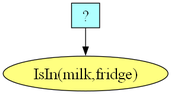
Above: test_exp/behavior_tree.png in DIDS-EI/BTPG (Graphviz), before the change. Its source is kept beside it as test_exp/behavior_tree.dot.
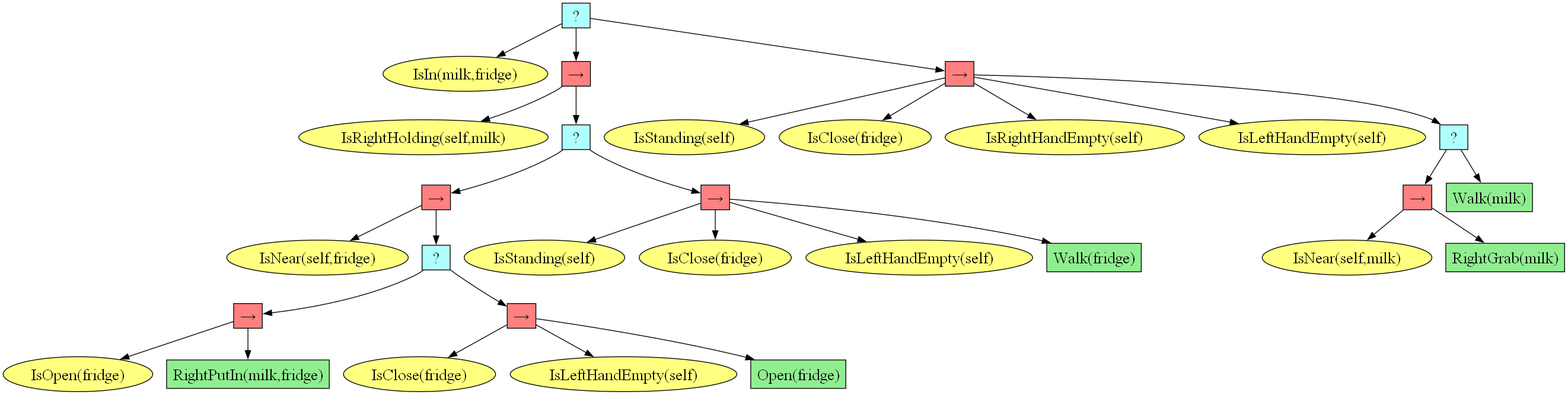
Above is the later version.

Change to the diagram source:
```diff
@@ -3,7 +3,63 @@
 graph [fontname="times-roman"];
 node [fontname="times-roman"];
 edge [fontname="times-roman"];
-"8ee43380-e039-4f63-89b6-c508308becea" [fillcolor="#B0FFFF", fontcolor=black, fontsize=20, height=0.01, label=" ? ", shape=box, style=filled, width=0.01];
-"f46b4779-ab77-4aab-80d0-36f83cb2ecdf" [fillcolor="#FFFF80", fontcolor=black, fontsize=20, label="IsIn(milk,fridge)", shape=ellipse, style=filled];
-"8ee43380-e039-4f63-89b6-c508308becea" -> "f46b4779-ab77-4aab-80d0-36f83cb2ecdf";
+"8490fb48-a8a7-49c8-841c-e4e1fbd1b8a9" [fillcolor="#B0FFFF", fontcolor=black, fontsize=20, height=0.01, label=" ? ", shape=box, style=filled, width=0.01];
+"4f735615-7ca0-4ecd-9521-7bc26e0003c1" [fillcolor="#FFFF80", fontcolor=black, fontsize=20, label="IsIn(milk,fridge)", shape=ellipse, style=filled];
+"8490fb48-a8a7-49c8-841c-e4e1fbd1b8a9" -> "4f735615-7ca0-4ecd-9521-7bc26e0003c1";
+"bf30ad8c-75c5-4d85-ba55-c62765951f63" [fillcolor="#FF8080", fontcolor=black, fontsize=20, height=0.01, label="&rarr;", shape=box, style=filled, width=0.01];
+"8490fb48-a8a7-49c8-841c-e4e1fbd1b8a9" -> "bf30ad8c-75c5-4d85-ba55-c62765951f63";
+"cc8b971a-2ac9-4c77-93dd-aa807611ec5b" [fillcolor="#FFFF80", fontcolor=black, fontsize=20, label="IsRightHolding(self,milk)", shape=ellipse, style=filled];
+"bf30ad8c-75c5-4d85-ba55-c62765951f63" -> "cc8b971a-2ac9-4c77-93dd-aa807611ec5b";
+"27d9b053-e668-46be-913f-c964f989f9e9" [fillcolor="#B0FFFF", fontcolor=black, fontsize=20, height=0.01, label=" ? ", shape=box, style=filled, width=0.01];
+"bf30ad8c-75c5-4d85-ba55-c62765951f63" -> "27d9b053-e668-46be-913f-c964f989f9e9";
+"dfb32e53-90cf-4530-9074-21799896ab2c" [fillcolor="#FF8080", fontcolor=black, fontsize=20, height=0.01, label="&rarr;", shape=box, style=filled, width=0.01];
+"27d9b053-e668-46be-913f-c964f989f9e9" -> "dfb32e53-90cf-4530-9074-21799896ab2c";
+"7fc52e5a-bfb3-47ae-a242-7a667d0adb3e" [fillcolor="#FFFF80", fontcolor=black, fontsize=20, label="IsNear(self,fridge)", shape=ellipse, style=filled];
+"dfb32e53-90cf-4530-9074-21799896ab2c" -> "7fc52e5a-bfb3-47ae-a242-7a667d0adb3e";
+"ba6cd786-570c-4f1c-82df-1ee3dd6c2bf7" [fillcolor="#B0FFFF", fontcolor=black, fontsize=20, height=0.01, label=" ? ", shape=box, style=filled, width=0.01];
+"dfb32e53-90cf-4530-9074-21799896ab2c" -> "ba6cd786-570c-4f1c-82df-1ee3dd6c2bf7";
+"65a1d7ab-2e47-4a4f-b9be-6e4a471e81a4" [fillcolor="#FF8080", fontcolor=black, fontsize=20, height=0.01, label="&rarr;", shape=box, style=filled, width=0.01];
+"ba6cd786-570c-4f1c-82df-1ee3dd6c2bf7" -> "65a1d7ab-2e47-4a4f-b9be-6e4a471e81a4";
+"a7b91de9-f187-4216-a482-dee9cd82d511" [fillcolor="#FFFF80", fontcolor=black, fontsize=20, label="IsOpen(fridge)", shape=ellipse, style=filled];
+"65a1d7ab-2e47-4a4f-b9be-6e4a471e81a4" -> "a7b91de9-f187-4216-a482-dee9cd82d511";
+"e624bc15-ee6d-45b8-933e-5d1eb045941a" [fillcolor=lightgreen, fontcolor=black, fontsize=20, label="RightPutIn(milk,fridge)", shape=box, style=filled];
+"65a1d7ab-2e47-4a4f-b9be-6e4a471e81a4" -> "e624bc15-ee6d-45b8-933e-5d1eb045941a";
+"54e5bde3-f65e-4701-9fc0-e07832b53d35" [fillcolor="#FF8080", fontcolor=black, fontsize=20, height=0.01, label="&rarr;", shape=box, style=filled, width=0.01];
+"ba6cd786-570c-4f1c-82df-1ee3dd6c2bf7" -> "54e5bde3-f65e-4701-9fc0-e07832b53d35";
+"85700569-0607-4a70-aff6-975cf73c13bb" [fillcolor="#FFFF80", fontcolor=black, fontsize=20, label="IsClose(fridge)", shape=ellipse, style=filled];
+"54e5bde3-f65e-4701-9fc0-e07832b53d35" -> "85700569-0607-4a70-aff6-975cf73c13bb";
+"97a13b95-30a7-4bd3-978c-334a83532e07" [fillcolor="#FFFF80", fontcolor=black, fontsize=20, label="IsLeftHandEmpty(self)", shape=ellipse, style=filled];
+"54e5bde3-f65e-4701-9fc0-e07832b53d35" -> "97a13b95-30a7-4bd3-978c-334a83532e07";
+"0b422002-7b93-4b51-aea7-fb51dba14a31" [fillcolor=lightgreen, fontcolor=black, fontsize=20, label="Open(fridge)", shape=box, style=filled];
+"54e5bde3-f65e-4701-9fc0-e07832b53d35" -> "0b422002-7b93-4b51-aea7-fb51dba14a31";
+"f7a321ff-8045-435e-bbd4-33db071daf5f" [fillcolor="#FF8080", fontcolor=black, fontsize=20, height=0.01, label="&rarr;", shape=box, style=filled, width=0.01];
+"27d9b053-e668-46be-913f-c964f989f9e9" -> "f7a321ff-8045-435e-bbd4-33db071daf5f";
+"e707190b-eb23-45d4-89ee-f3de5fc59e6c" [fillcolor="#FFFF80", fontcolor=black, fontsize=20, label="IsStanding(self)", shape=ellipse, style=filled];
+"f7a321ff-8045-435e-bbd4-33db071daf5f" -> "e707190b-eb23-45d4-89ee-f3de5fc59e6c";
+"453bf025-cf77-42eb-9d07-832e880402f8" [fillcolor="#FFFF80", fontcolor=black, fontsize=20, label="IsClose(fridge)", shape=ellipse, style=filled];
+"f7a321ff-8045-435e-bbd4-33db071daf5f" -> "453bf025-cf77-42eb-9d07-832e880402f8";
+"71818af4-6c3b-4162-96aa-3ca84a9a04ab" [fillcolor="#FFFF80", fontcolor=black, fontsize=20, label="IsLeftHandEmpty(self)", shape=ellipse, style=filled];
+"f7a321ff-8045-435e-bbd4-33db071daf5f" -> "71818af4-6c3b-4162-96aa-3ca84a9a04ab";
+"4cb050ad-6682-45fc-9a28-d784b6de17b6" [fillcolor=lightgreen, fontcolor=black, fontsize=20, label="Walk(fridge)", shape=box, style=filled];
+"f7a321ff-8045-435e-bbd4-33db071daf5f" -> "4cb050ad-6682-45fc-9a28-d784b6de17b6";
+"1efdbfdf-6a9c-4bfd-be30-6ce0bc41f5f2" [fillcolor="#FF8080", fontcolor=black, fontsize=20, height=0.01, label="&rarr;", shape=box, style=filled, width=0.01];
+"8490fb48-a8a7-49c8-841c-e4e1fbd1b8a9" -> "1efdbfdf-6a9c-4bfd-be30-6ce0bc41f5f2";
+"07435385-105a-42c6-96c3-d6a4b705a3e0" [fillcolor="#FFFF80", fontcolor=black, fontsize=20, label="IsStanding(self)", shape=ellipse, style=filled];
+"1efdbfdf-6a9c-4bfd-be30-6ce0bc41f5f2" -> "07435385-105a-42c6-96c3-d6a4b705a3e0";
+"673e1488-0548-4e56-8db4-b81d8c327247" [fillcolor="#FFFF80", fontcolor=black, fontsize=20, label="IsClose(fridge)", shape=ellipse, style=filled];
+"1efdbfdf-6a9c-4bfd-be30-6ce0bc41f5f2" -> "673e1488-0548-4e56-8db4-b81d8c327247";
+"a338456d-9402-4a22-bff8-c2dc5661d9de" [fillcolor="#FFFF80", fontcolor=black, fontsize=20, label="IsRightHandEmpty(self)", shape=ellipse, style=filled];
+"1efdbfdf-6a9c-4bfd-be30-6ce0bc41f5f2" -> "a338456d-9402-4a22-bff8-c2dc5661d9de";
+"4a0a516f-53d5-41c2-8c13-829b032efc6c" [fillcolor="#FFFF80", fontcolor=black, fontsize=20, label="IsLeftHandEmpty(self)", shape=ellipse, style=filled];
+"1efdbfdf-6a9c-4bfd-be30-6ce0bc41f5f2" -> "4a0a516f-53d5-41c2-8c13-829b032efc6c";
+"d81c8c12-049d-4799-a130-3bca2736069e" [fillcolor="#B0FFFF", fontcolor=black, fontsize=20, height=0.01, label=" ? ", shape=box, style=filled, width=0.01];
+"1efdbfdf-6a9c-4bfd-be30-6ce0bc41f5f2" -> "d81c8c12-049d-4799-a130-3bca2736069e";
+"f6512632-9671-423c-a5cd-f383d8b1dfc7" [fillcolor="#FF8080", fontcolor=black, fontsize=20, height=0.01, label="&rarr;", shape=box, style=filled, width=0.01];
+"d81c8c12-049d-4799-a130-3bca2736069e" -> "f6512632-9671-423c-a5cd-f383d8b1dfc7";
+"8e3f86b5-a120-4566-8c05-7ee0afafe57a" [fillcolor="#FFFF80", fontcolor=black, fontsize=20, label="IsNear(self,milk)", shape=ellipse, style=filled];
+"f6512632-9671-423c-a5cd-f383d8b1dfc7" -> "8e3f86b5-a120-4566-8c05-7ee0afafe57a";
+"adc0485f-554b-4cb8-94e2-192fc9111c27" [fillcolor=lightgreen, fontcolor=black, fontsize=20, label="RightGrab(milk)", shape=box, style=filled];
+"f6512632-9671-423c-a5cd-f383d8b1dfc7" -> "adc0485f-554b-4cb8-94e2-192fc9111c27";
+"5f380be2-bd5c-4626-a291-84ef759500e0" [fillcolor=lightgreen, fontcolor=black, fontsize=20, label="Walk(milk)", shape=box, style=filled];
+"d81c8c12-049d-4799-a130-3bca2736069e" -> "5f380be2-bd5c-4626-a291-84ef759500e0";
 }
```
